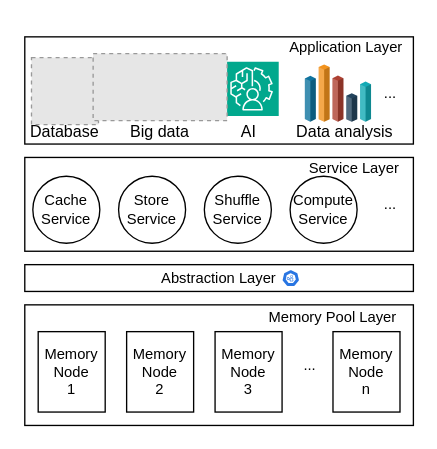
The draw.io diagram 3m_paper/overall.drawio in linqinluli/picture_draw, before the edit. Source tidied: cells renumbered, new cells numbered last; positions are measured from the earlier drawing's top-left corner, leaving out a move shared by most shapes. Both pictures are drawn from the tidied source at 134%, with x=0, y=0 at pixel (24, 36). Pictures stored in the file or linked from it are replaced by grey dashed boxes.
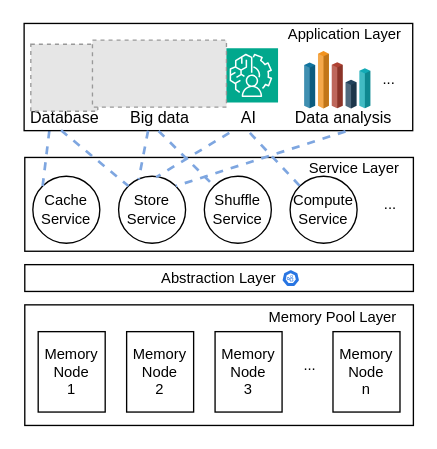
The same page after the edit.

Unchanged cells that the change refers to:
```xml
<mxCell id="10" value="Cache&lt;br style=&quot;font-size: 11px;&quot;&gt;Service" style="ellipse;whiteSpace=wrap;html=1;fontSize=11;" parent="1" vertex="1">
  <mxGeometry x="6" y="104" width="50" height="50" as="geometry" />
</mxCell>
<mxCell id="11" value="Store&lt;br style=&quot;font-size: 11px;&quot;&gt;Service" style="ellipse;whiteSpace=wrap;html=1;fontSize=11;" parent="1" vertex="1">
  <mxGeometry x="70" y="104" width="50" height="50" as="geometry" />
</mxCell>
<mxCell id="25" value="Shuffle&lt;br style=&quot;font-size: 11px;&quot;&gt;Service" style="ellipse;whiteSpace=wrap;html=1;fontSize=11;" parent="1" vertex="1">
  <mxGeometry x="134" y="104" width="50" height="50" as="geometry" />
</mxCell>
<mxCell id="26" value="Compute&lt;br style=&quot;font-size: 11px;&quot;&gt;Service" style="ellipse;whiteSpace=wrap;html=1;fontSize=11;" parent="1" vertex="1">
  <mxGeometry x="198" y="104" width="50" height="50" as="geometry" />
</mxCell>
```

Diff of the diagram source:
```diff
@@
-    <mxCell id="12" style="rounded=0;whiteSpace=wrap;html=1;fontSize=11;" parent="1" vertex="1">
-      <mxGeometry width="290" height="80" as="geometry" />
-    </mxCell>
@@
     <mxCell id="14" style="sketch=0;fontColor=#232F3E;fillColor=#01A88D;strokeColor=#ffffff;dashed=0;verticalLabelPosition=bottom;verticalAlign=top;align=center;html=1;fontSize=12;fontStyle=0;shape=mxgraph.aws4.resourceIcon;resIcon=mxgraph.aws4.augmented_ai;" parent="1" vertex="1">
-      <mxGeometry x="149" y="18.5" width="40.5" height="40.5" as="geometry" />
+      <mxGeometry x="148.5" y="8.5" width="40.5" height="40.5" as="geometry" />
     </mxCell>
     <mxCell id="15" value="Database" style="text;html=1;align=center;verticalAlign=middle;whiteSpace=wrap;rounded=0;" parent="1" vertex="1">
-      <mxGeometry y="56" width="60" height="30" as="geometry" />
+      <mxGeometry x="-0.5" y="46" width="60" height="30" as="geometry" />
     </mxCell>
     <mxCell id="16" value="AI&amp;nbsp;" style="text;html=1;align=center;verticalAlign=middle;whiteSpace=wrap;rounded=0;" parent="1" vertex="1">
-      <mxGeometry x="161.2" y="59" width="16" height="24" as="geometry" />
+      <mxGeometry x="160.8" y="49" width="16" height="24" as="geometry" />
     </mxCell>
     <mxCell id="17" value="Big data" style="text;html=1;align=center;verticalAlign=middle;whiteSpace=wrap;rounded=0;" parent="1" vertex="1">
-      <mxGeometry x="71" y="56" width="60" height="30" as="geometry" />
+      <mxGeometry x="70.5" y="46" width="60" height="30" as="geometry" />
     </mxCell>
     <mxCell id="18" value="&lt;span style=&quot;font-size: 11px;&quot;&gt;...&lt;/span&gt;" style="text;html=1;align=center;verticalAlign=middle;whiteSpace=wrap;rounded=0;fontSize=11;" parent="1" vertex="1">
-      <mxGeometry x="255.5" y="27" width="34" height="30" as="geometry" />
+      <mxGeometry x="255" y="17" width="34" height="30" as="geometry" />
     </mxCell>
     <mxCell id="19" value="Application Layer" style="text;html=1;align=center;verticalAlign=middle;whiteSpace=wrap;rounded=0;fontSize=11;" parent="1" vertex="1">
-      <mxGeometry x="189.5" y="2.5" width="100" height="10" as="geometry" />
+      <mxGeometry x="189" y="-7.5" width="100" height="10" as="geometry" />
     </mxCell>
     <mxCell id="20" style="fillColor=#E6E6E6;strokeColor=#999999;dashed=1;verticalLabelPosition=bottom;labelBackgroundColor=default;verticalAlign=top;fontSize=16;" parent="1" vertex="1">
-      <mxGeometry x="5" y="15.5" width="50" height="50" as="geometry" />
+      <mxGeometry x="4.5" y="5.5" width="50" height="50" as="geometry" />
     </mxCell>
     <mxCell id="21" style="fillColor=#E6E6E6;strokeColor=#999999;dashed=1;verticalLabelPosition=bottom;labelBackgroundColor=default;verticalAlign=top;fontSize=16;" parent="1" vertex="1">
-      <mxGeometry x="51" y="12.5" width="100" height="50" as="geometry" />
+      <mxGeometry x="50.5" y="2.5" width="100" height="50" as="geometry" />
     </mxCell>
@@
     <mxCell id="27" style="group;" parent="1" vertex="1">
-      <mxGeometry x="209" y="20.6" width="49.5" height="42.8" as="geometry" />
+      <mxGeometry x="208.5" y="10.6" width="49.5" height="42.8" as="geometry" />
     </mxCell>
@@
     <mxCell id="33" value="Data analysis" style="text;html=1;align=center;verticalAlign=middle;whiteSpace=wrap;rounded=0;" parent="1" vertex="1">
-      <mxGeometry x="192.8" y="59" width="91.8" height="24" as="geometry" />
+      <mxGeometry x="192.2" y="49" width="91.8" height="24" as="geometry" />
     </mxCell>
+    <mxCell id="34" style="endArrow=none;html=1;rounded=0;exitX=0.065;exitY=0.997;exitDx=0;exitDy=0;exitPerimeter=0;entryX=0;entryY=0;entryDx=0;entryDy=0;strokeColor=#7EA6E0;dashed=1;curved=0;strokeWidth=2;" parent="1" edge="1" source="12" target="10">
+      <mxGeometry relative="1" as="geometry" />
+    </mxCell>
+    <mxCell id="12" style="rounded=0;whiteSpace=wrap;html=1;fontSize=11;fillColor=none;" parent="1" vertex="1">
+      <mxGeometry x="-0.5" y="-10" width="290" height="80" as="geometry" />
+    </mxCell>
+    <mxCell id="35" style="endArrow=none;html=1;rounded=0;exitX=0.095;exitY=0.997;exitDx=0;exitDy=0;exitPerimeter=0;entryX=0;entryY=0;entryDx=0;entryDy=0;strokeColor=#7EA6E0;dashed=1;curved=0;strokeWidth=2;" parent="1" edge="1" source="12" target="11">
+      <mxGeometry relative="1" as="geometry" />
+    </mxCell>
+    <mxCell id="36" style="endArrow=none;html=1;rounded=0;exitX=0.319;exitY=1;exitDx=0;exitDy=0;exitPerimeter=0;entryX=0.3;entryY=0.048;entryDx=0;entryDy=0;strokeColor=#7EA6E0;dashed=1;entryPerimeter=0;curved=0;strokeWidth=2;" parent="1" edge="1" source="12" target="11">
+      <mxGeometry relative="1" as="geometry" />
+    </mxCell>
+    <mxCell id="37" style="endArrow=none;html=1;rounded=0;exitX=0.346;exitY=1.003;exitDx=0;exitDy=0;exitPerimeter=0;entryX=0;entryY=0;entryDx=0;entryDy=0;strokeColor=#7EA6E0;dashed=1;curved=0;strokeWidth=2;" parent="1" edge="1" source="12" target="25">
+      <mxGeometry relative="1" as="geometry" />
+    </mxCell>
+    <mxCell id="38" style="endArrow=none;html=1;rounded=0;exitX=0.528;exitY=1.021;exitDx=0;exitDy=0;exitPerimeter=0;entryX=0.561;entryY=0.014;entryDx=0;entryDy=0;strokeColor=#7EA6E0;dashed=1;entryPerimeter=0;curved=0;strokeWidth=2;" parent="1" edge="1" source="12" target="11">
+      <mxGeometry relative="1" as="geometry" />
+    </mxCell>
+    <mxCell id="39" style="endArrow=none;html=1;rounded=0;exitX=0.581;exitY=1.021;exitDx=0;exitDy=0;exitPerimeter=0;entryX=0;entryY=0;entryDx=0;entryDy=0;strokeColor=#7EA6E0;dashed=1;curved=0;strokeWidth=2;" parent="1" edge="1" source="12" target="26">
+      <mxGeometry relative="1" as="geometry" />
+    </mxCell>
+    <mxCell id="40" style="endArrow=none;html=1;rounded=0;exitX=0.827;exitY=1.007;exitDx=0;exitDy=0;exitPerimeter=0;entryX=1;entryY=0;entryDx=0;entryDy=0;strokeColor=#7EA6E0;dashed=1;curved=0;strokeWidth=2;" parent="1" edge="1" source="12" target="11">
+      <mxGeometry relative="1" as="geometry" />
+    </mxCell>
```
